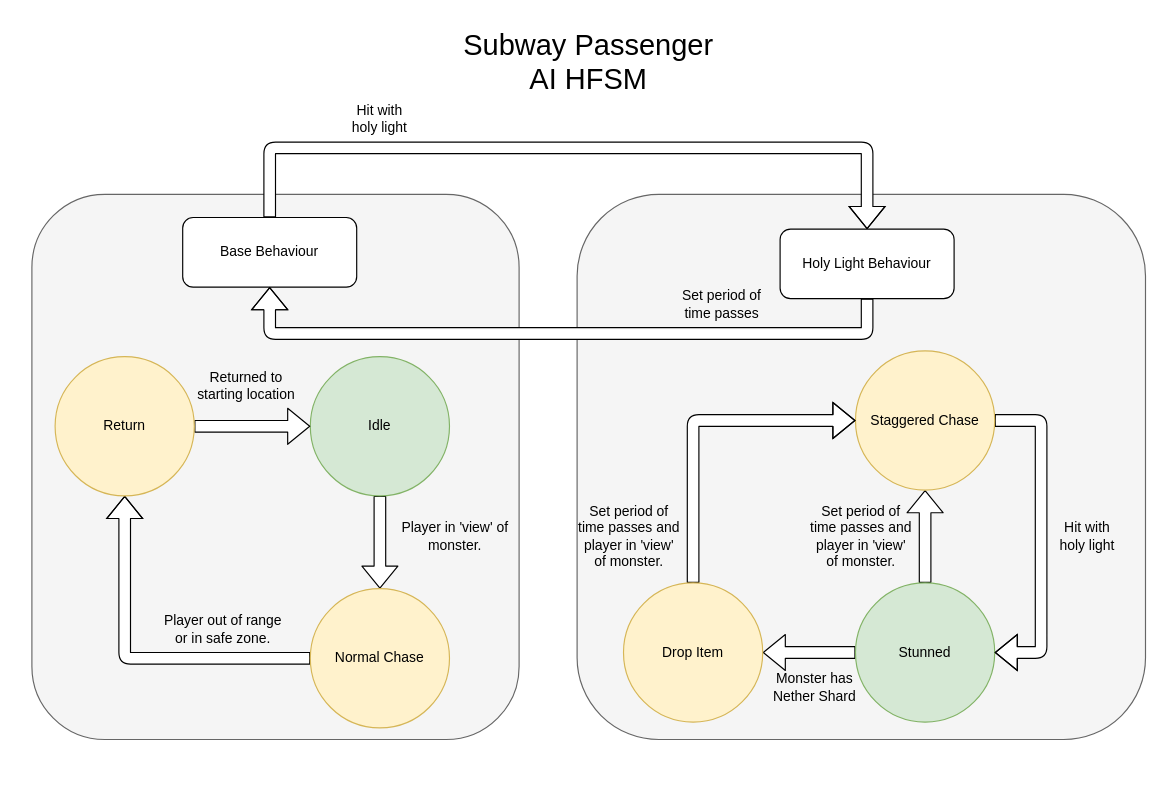
The draw.io diagram TechnicalDocumentation/PassengerAIFSM.drawio in zkturman/HalloweenJam, before the edit. Source tidied: cells renumbered, new cells numbered last; positions are measured from the earlier drawing's top-left corner, leaving out a move shared by most shapes. Both pictures are drawn from the tidied source at 116%, with x=0, y=0 at pixel (20, 20).
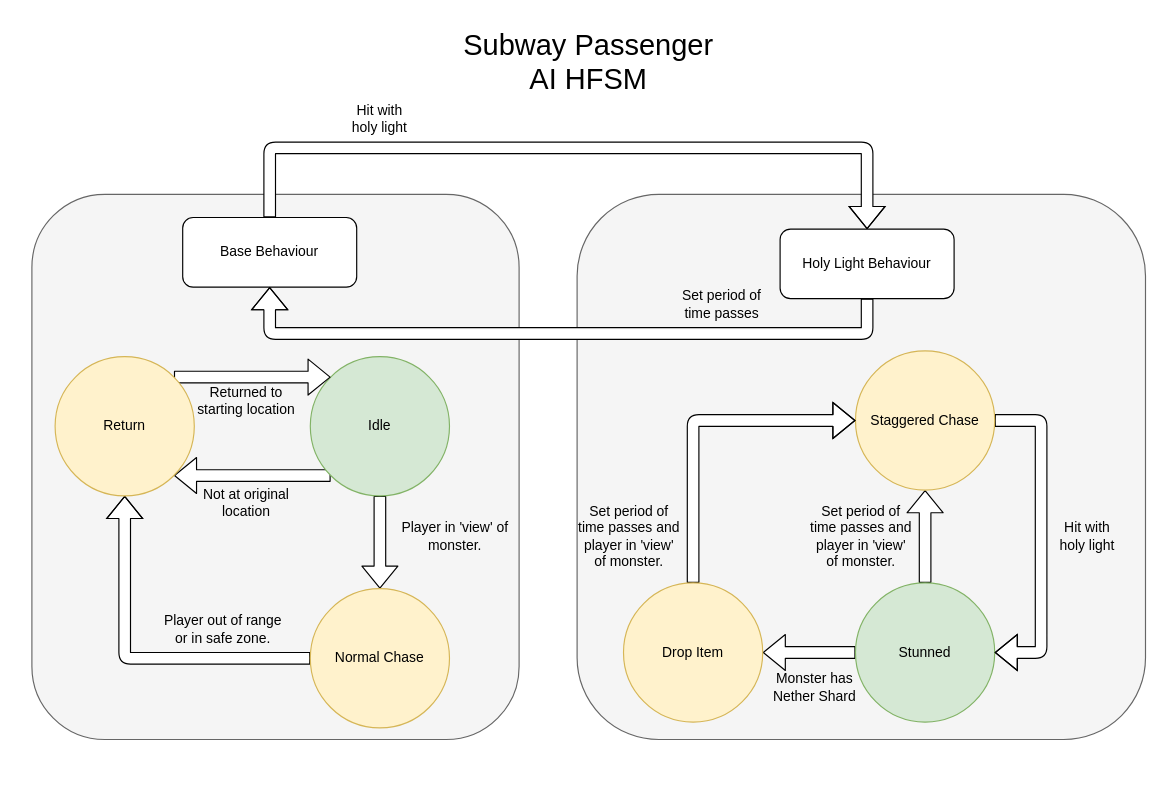
After the change.

Unchanged cells that the change refers to:
```xml
<mxCell id="6" value="Idle" style="ellipse;whiteSpace=wrap;html=1;shadow=0;fillColor=#d5e8d4;strokeColor=#82b366;" parent="1" vertex="1">
  <mxGeometry x="250" y="290" width="120" height="120" as="geometry" />
</mxCell>
<mxCell id="15" value="Return" style="ellipse;whiteSpace=wrap;html=1;shadow=0;fillColor=#fff2cc;strokeColor=#d6b656;" parent="1" vertex="1">
  <mxGeometry x="30" y="290" width="120" height="120" as="geometry" />
</mxCell>
```

Change to the diagram source:
```diff
@@
+    <mxCell id="32" style="edgeStyle=orthogonalEdgeStyle;shape=flexArrow;rounded=1;jettySize=auto;html=1;exitX=0;exitY=1;exitDx=0;exitDy=0;entryX=1;entryY=1;entryDx=0;entryDy=0;fontSize=25;fillColor=default;" parent="1" edge="1" source="6" target="15">
+      <mxGeometry relative="1" as="geometry" />
+    </mxCell>
@@
-    <mxCell id="14" style="edgeStyle=orthogonalEdgeStyle;shape=flexArrow;rounded=1;jettySize=auto;html=1;exitX=1;exitY=0.5;exitDx=0;exitDy=0;fillColor=default;" parent="1" edge="1" source="15" target="6">
+    <mxCell id="14" style="edgeStyle=orthogonalEdgeStyle;shape=flexArrow;rounded=1;jettySize=auto;html=1;exitX=1;exitY=0;exitDx=0;exitDy=0;entryX=0;entryY=0;entryDx=0;entryDy=0;fontSize=25;fillColor=default;" parent="1" edge="1" source="15" target="6">
       <mxGeometry relative="1" as="geometry" />
     </mxCell>
@@
     <mxCell id="20" value="Returned to starting location" style="text;html=1;strokeColor=none;fillColor=none;align=center;verticalAlign=middle;whiteSpace=wrap;rounded=0;shadow=0;" parent="1" vertex="1">
-      <mxGeometry x="150" y="300" width="90" height="30" as="geometry" />
+      <mxGeometry x="150" y="313" width="90" height="30" as="geometry" />
     </mxCell>
@@
+    <mxCell id="33" value="Not at original location" style="text;html=1;strokeColor=none;fillColor=none;align=center;verticalAlign=middle;whiteSpace=wrap;rounded=0;shadow=0;" parent="1" vertex="1">
+      <mxGeometry x="150" y="401" width="90" height="30" as="geometry" />
+    </mxCell>
```
